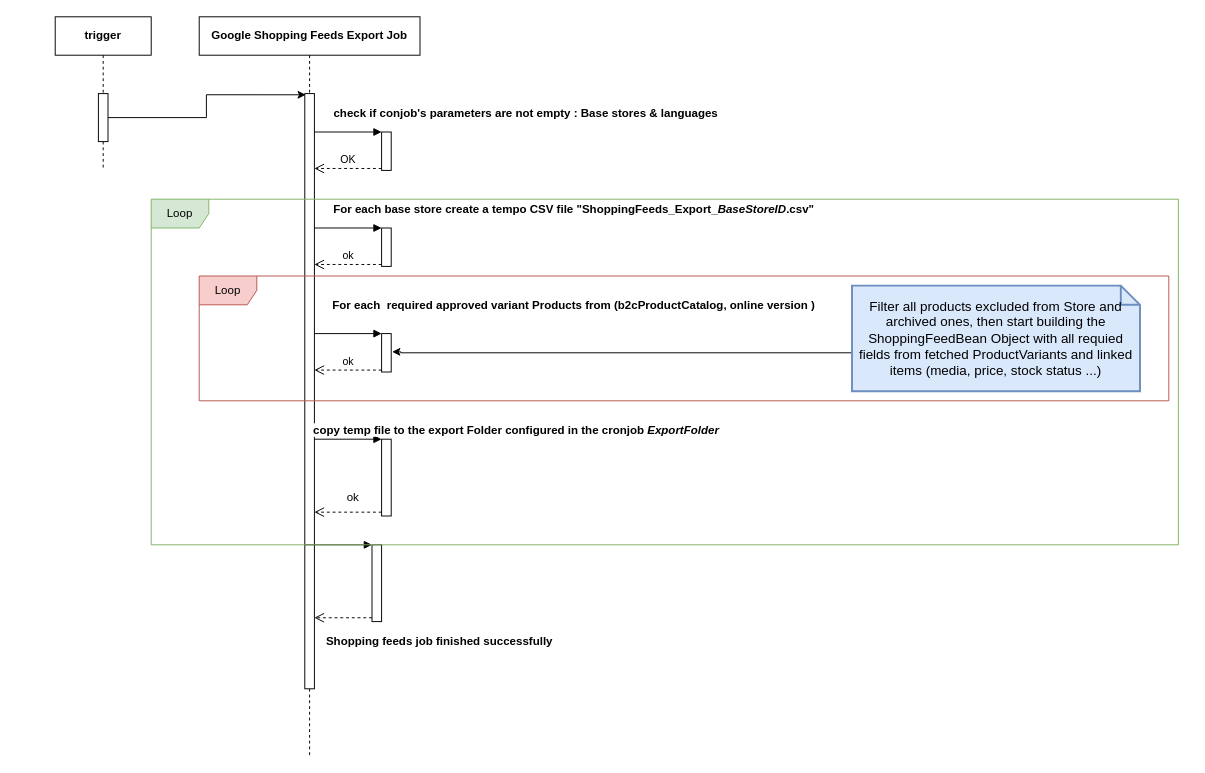
Before: channelPilot.drawio in MudBloodArchitekt/draw.io, a draw.io diagram. Source tidied: cells renumbered, new cells numbered last; positions are measured from the earlier drawing's top-left corner, leaving out a move shared by most shapes. Both pictures are drawn from the tidied source at 96%, with x=0, y=0 at pixel (55, 16). Pictures stored in the file or linked from it are replaced by grey dashed boxes.
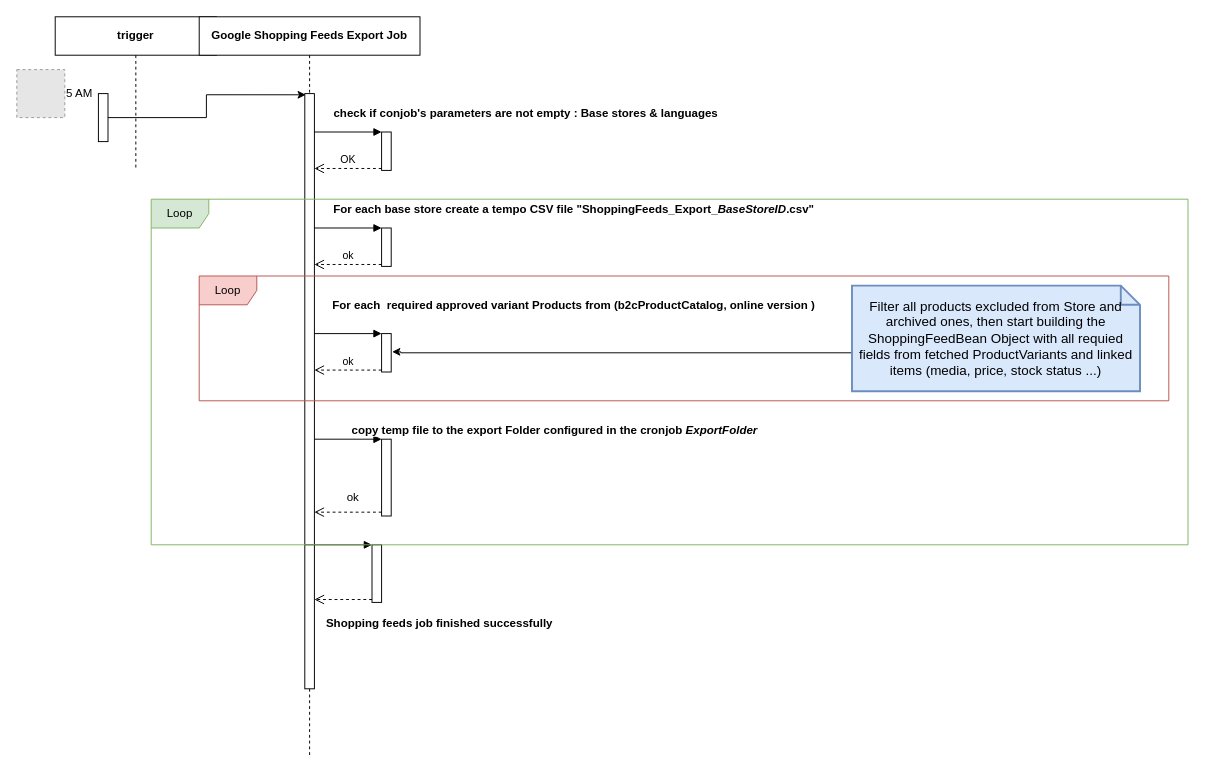
Above is the later version.

The change refers to these unchanged cells:
```xml
<mxCell id="4" value="&lt;b&gt;Google Shopping Feeds Export Job&lt;/b&gt;" style="shape=umlLifeline;perimeter=lifelinePerimeter;whiteSpace=wrap;html=1;" parent="1" vertex="1">
  <mxGeometry x="150" width="230" height="770" as="geometry" />
</mxCell>
<mxCell id="9" style="html=1;points=[];perimeter=orthogonalPerimeter;fontSize=12;fontColor=#000000;" parent="4" vertex="1">
  <mxGeometry x="190" y="440" width="10" height="80" as="geometry" />
</mxCell>
```

Diff of the diagram source:
```diff
@@
     <mxCell id="2" value="&lt;b&gt;trigger&lt;/b&gt;" style="shape=umlLifeline;perimeter=lifelinePerimeter;whiteSpace=wrap;html=1;" parent="1" vertex="1">
-      <mxGeometry width="100" height="160" as="geometry" />
+      <mxGeometry width="168" height="160" as="geometry" />
     </mxCell>
@@
+    <mxCell id="26" value="5 AM" style="text;html=1;align=center;verticalAlign=middle;strokeColor=none;fillColor=none;fontSize=12;fontColor=#000000;" parent="2" vertex="1">
+      <mxGeometry y="65" width="50" height="30" as="geometry" />
+    </mxCell>
@@
     <mxCell id="10" value="&lt;b&gt;copy temp file to the export Folder configured in the cronjob &lt;i&gt;ExportFolder&lt;/i&gt;&lt;br&gt;&lt;/b&gt;" style="html=1;verticalAlign=bottom;endArrow=block;entryX=0;entryY=0;rounded=0;fontSize=12;fontColor=#000000;" parent="4" edge="1" target="9">
-      <mxGeometry x="1" y="140" relative="1" as="geometry">
+      <mxGeometry x="1" y="180" relative="1" as="geometry">
         <mxPoint x="120" y="440" as="sourcePoint" />
-        <mxPoint x="140" y="140" as="offset" />
+        <mxPoint x="180" y="180" as="offset" />
       </mxGeometry>
     </mxCell>
@@
     <mxCell id="12" style="html=1;points=[];perimeter=orthogonalPerimeter;labelBackgroundColor=#7EA6E0;fontSize=12;fontColor=#000000;" parent="4" vertex="1">
-      <mxGeometry x="180" y="550" width="10" height="80" as="geometry" />
+      <mxGeometry x="180" y="550" width="10" height="60" as="geometry" />
     </mxCell>
@@
     <mxCell id="14" value="&lt;b&gt;Shopping feeds job finished successfully&lt;/b&gt;" style="html=1;verticalAlign=bottom;endArrow=open;dashed=1;endSize=8;exitX=0;exitY=0.95;rounded=0;fontSize=12;fontColor=#000000;" parent="4" edge="1" source="12">
       <mxGeometry x="-1" y="78" relative="1" as="geometry">
-        <mxPoint x="120" y="626" as="targetPoint" />
+        <mxPoint x="120" y="607" as="targetPoint" />
         <mxPoint x="70" y="-44" as="offset" />
       </mxGeometry>
     </mxCell>
@@
+    <mxCell id="24" value="Loop" style="shape=umlFrame;whiteSpace=wrap;html=1;fontSize=12;fillColor=#f8cecc;strokeColor=#b85450;" parent="1" vertex="1">
+      <mxGeometry x="150" y="270" width="1010" height="130" as="geometry" />
+    </mxCell>
     <mxCell id="23" value="Loop" style="shape=umlFrame;whiteSpace=wrap;html=1;fontSize=12;fillColor=#d5e8d4;strokeColor=#82b366;" parent="1" vertex="1">
-      <mxGeometry x="100" y="190" width="1070" height="360" as="geometry" />
+      <mxGeometry x="100" y="190" width="1080" height="360" as="geometry" />
     </mxCell>
-    <mxCell id="24" value="Loop" style="shape=umlFrame;whiteSpace=wrap;html=1;fontSize=12;fillColor=#f8cecc;strokeColor=#b85450;" parent="1" vertex="1">
-      <mxGeometry x="150" y="270" width="1010" height="130" as="geometry" />
-    </mxCell>
@@
+    <mxCell id="27" style="fillColor=#E6E6E6;strokeColor=#999999;dashed=1;html=1;verticalAlign=top;verticalLabelPosition=bottom;labelBackgroundColor=#ffffff;fontSize=12;fontColor=#000000;" parent="1" vertex="1">
+      <mxGeometry x="-40" y="55" width="50" height="50" as="geometry" />
+    </mxCell>
```
